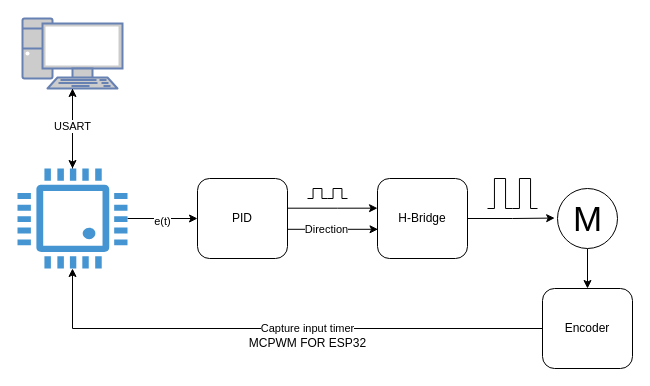
The draw.io diagram page "Full_Control" (1 of 3) of diagram/Basic_Cruise_Control.drawio in EliasFIlho/Zephyr_Cruise_Control, before the edit. Source tidied: cells renumbered, new cells numbered last; positions are measured from the earlier drawing's top-left corner, leaving out a move shared by most shapes. Both pictures are drawn from the tidied source at 100%, with x=0, y=0 at pixel (17, 18).
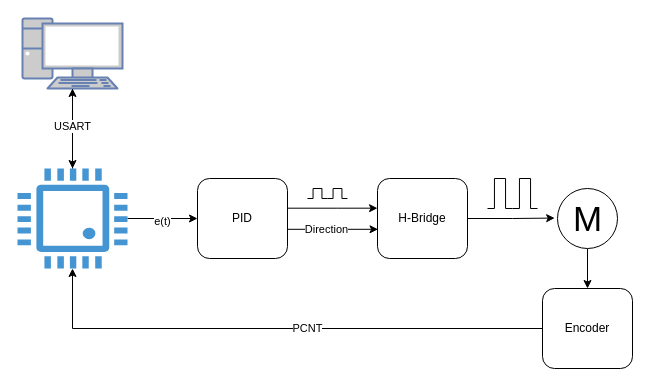
The same diagram, later.

The change refers to these unchanged cells:
```xml
<mxCell id="23" style="edgeStyle=orthogonalEdgeStyle;rounded=0;jettySize=auto;html=1;" parent="1" edge="1" source="25" target="4">
  <mxGeometry relative="1" as="geometry" />
</mxCell>
```

Change to the diagram source:
```diff
@@
-    <mxCell id="24" value="Capture input timer" style="edgeLabel;html=1;align=center;verticalAlign=middle;" parent="23" vertex="1">
+    <mxCell id="24" value="PCNT" style="edgeLabel;html=1;align=center;verticalAlign=middle;" parent="23" vertex="1">
       <mxGeometry x="-0.11" y="-1" relative="1" as="geometry" />
     </mxCell>
@@
-    <mxCell id="26" value="MCPWM FOR ESP32" style="text;html=1;align=center;verticalAlign=middle;strokeColor=none;fillColor=none;" parent="1" vertex="1">
-      <mxGeometry x="220" y="310" width="140" height="30" as="geometry" />
-    </mxCell>
```
